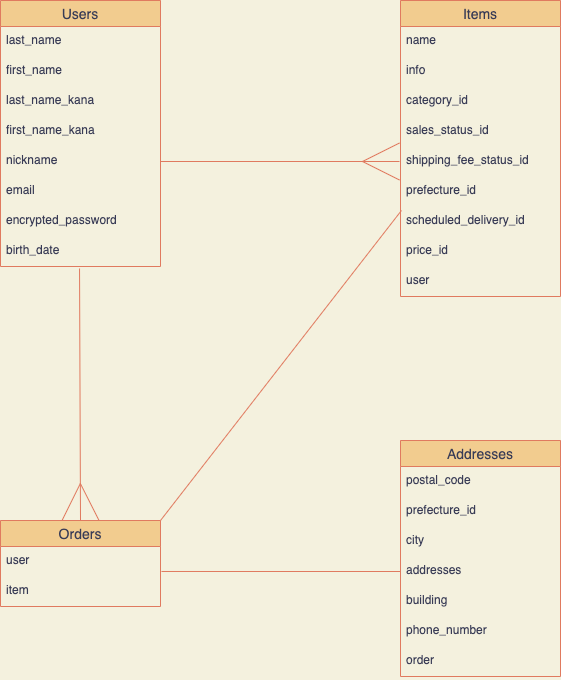
Before: test.png, a diagram exported from draw.io (haru1507/furima-32087). Source tidied: cells renumbered, new cells last; positions are measured from the earlier drawing's top-left corner, leaving out a move shared by most shapes.
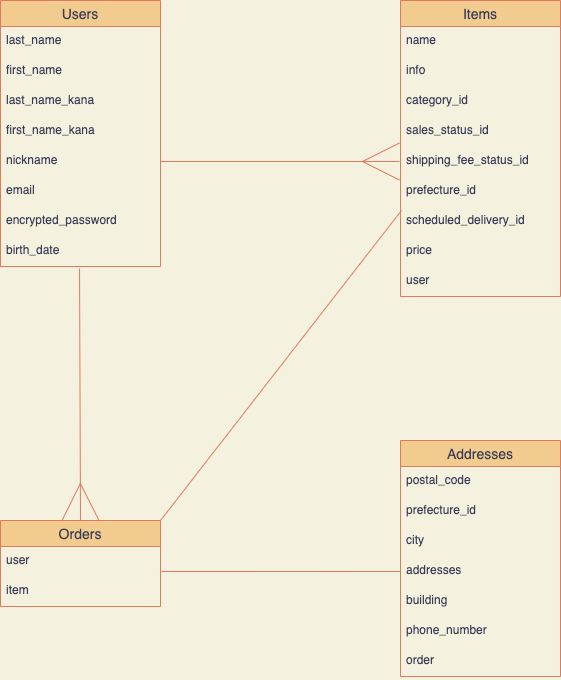
The same file after the commit.

Change to the diagram source:
```diff
@@ -26,7 +26,7 @@
     <mxCell id="9" value="scheduled_delivery_id" style="text;strokeColor=none;fillColor=none;spacingLeft=4;spacingRight=4;overflow=hidden;points=[[0,0.5],[1,0.5]];portConstraint=eastwest;fontSize=12;fontColor=#393C56;" parent="2" vertex="1">
       <mxGeometry y="206" width="160" height="30" as="geometry" />
     </mxCell>
-    <mxCell id="10" value="price_id" style="text;strokeColor=none;fillColor=none;spacingLeft=4;spacingRight=4;overflow=hidden;fontSize=12;fontColor=#393C56;" parent="2" vertex="1">
+    <mxCell id="10" value="price" style="text;strokeColor=none;fillColor=none;spacingLeft=4;spacingRight=4;overflow=hidden;fontSize=12;fontColor=#393C56;" parent="2" vertex="1">
       <mxGeometry y="236" width="160" height="30" as="geometry" />
     </mxCell>
     <mxCell id="11" value="user" style="text;strokeColor=none;fillColor=none;spacingLeft=4;spacingRight=4;overflow=hidden;fontSize=12;fontColor=#393C56;" parent="2" vertex="1">
```
